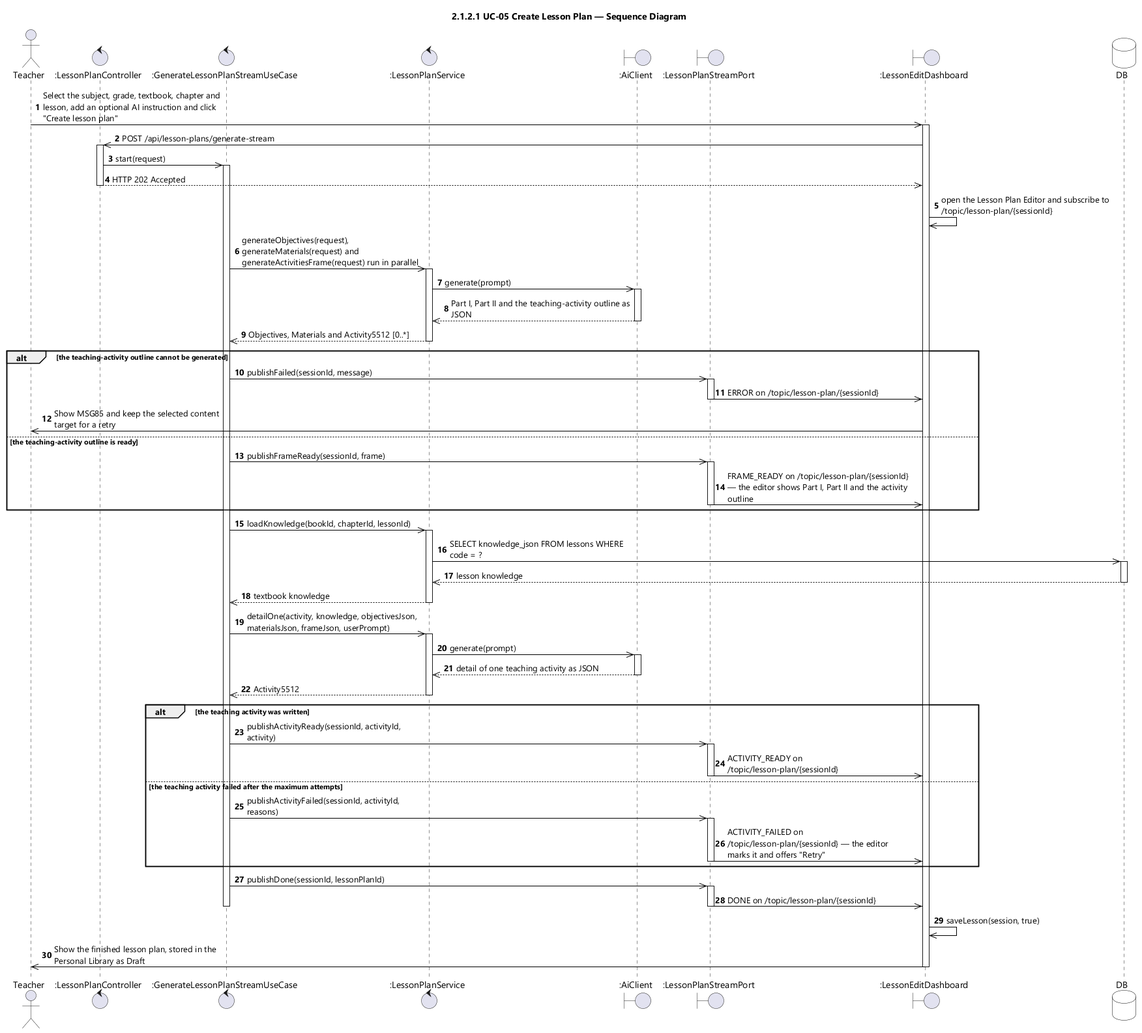
The PlantUML diagram designs/sds-diagrams/uc05/uc05-sequence-diagram-icon.png in EduA-system/EduA-system, before a commit.
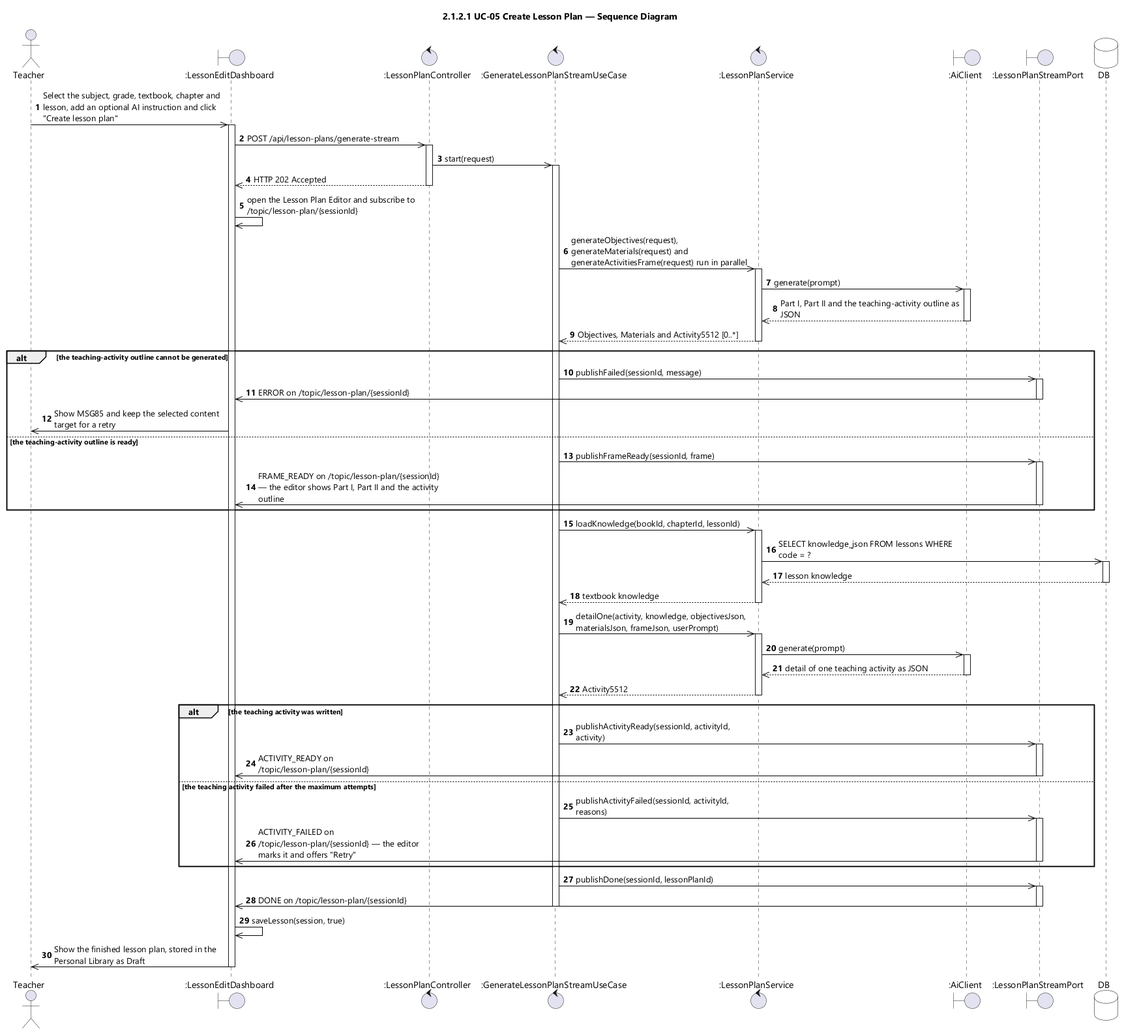
The same diagram one commit later.

Diff of the diagram source:
```diff
@@ -12,12 +12,12 @@
 title 2.1.2.1 UC-05 Create Lesson Plan — Sequence Diagram
 
 actor Teacher
+boundary ":LessonEditDashboard" as EDIT
 control ":LessonPlanController" as CTL
 control ":GenerateLessonPlanStreamUseCase" as UCASE
 control ":LessonPlanService" as SVC
 boundary ":AiClient" as AI
 boundary ":LessonPlanStreamPort" as STREAM
-boundary ":LessonEditDashboard" as EDIT
 database DB
 
 autonumber
```
